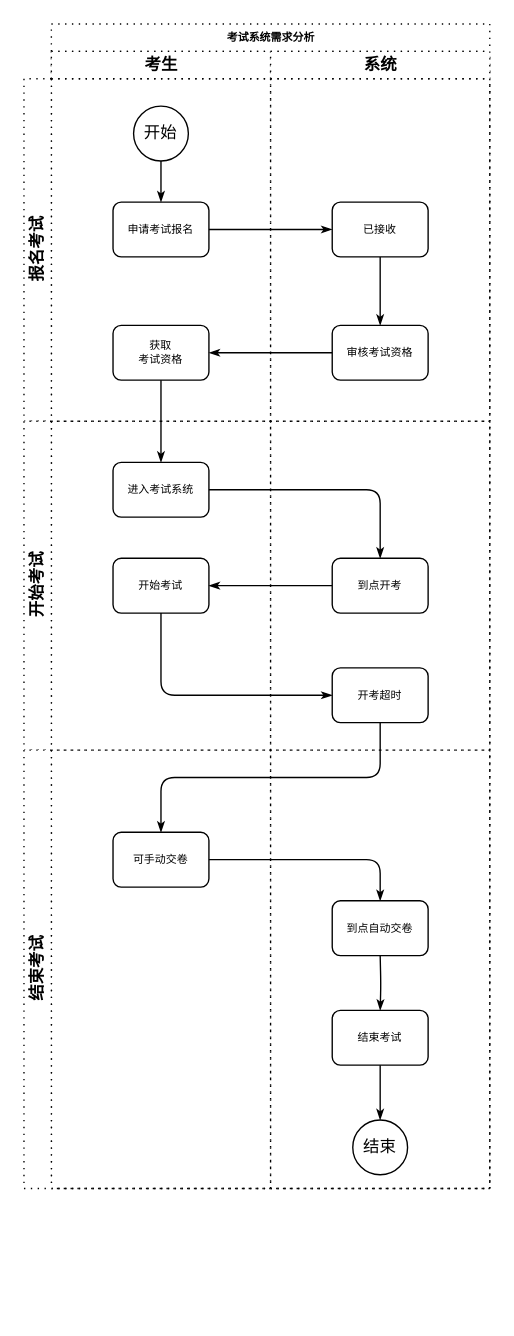
This is page "考试系统" (1 of 7) of BaHomework-ExamSys.drawio from Vaycent/MyDiagrams, a draw.io file, before an edit. Source tidied: cells renumbered, new cells numbered last; positions are measured from the earlier drawing's top-left corner, leaving out a move shared by most shapes. Both pictures are drawn from the tidied source at 137%, with x=0, y=0 at pixel (23, 23).
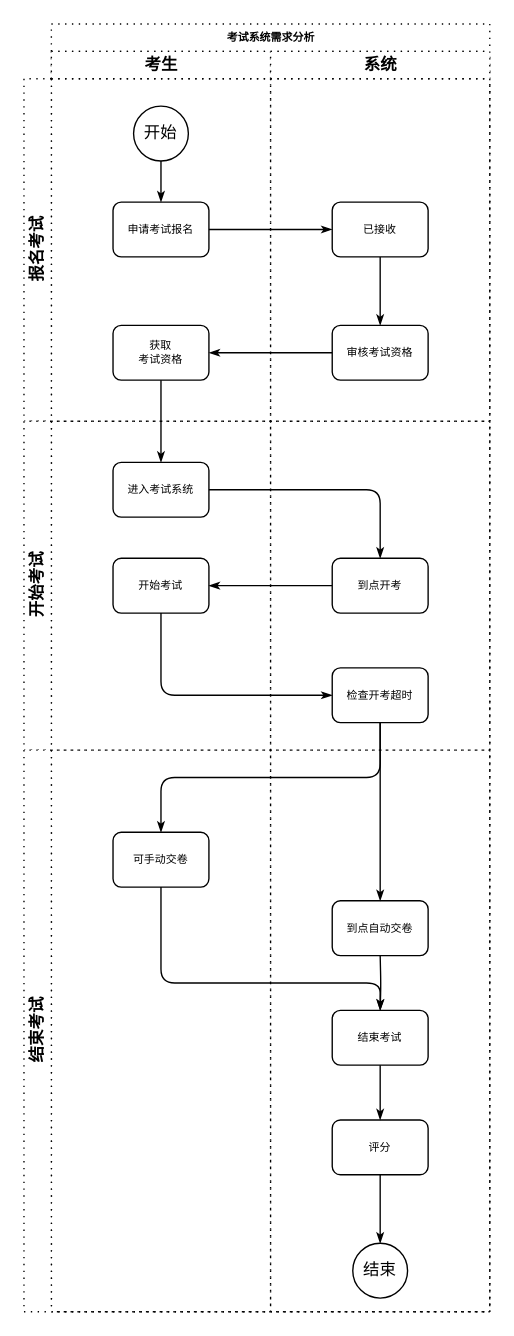
Above is the later version.

Unchanged cells that the change refers to:
```xml
<mxCell id="10" value="可手动交卷" style="rounded=1;whiteSpace=wrap;html=1;shadow=0;labelBackgroundColor=none;strokeWidth=1;fontFamily=Verdana;fontSize=8;align=center;" parent="3" vertex="1">
  <mxGeometry x="45" y="570" width="70" height="40" as="geometry" />
</mxCell>
<mxCell id="27" value="结束考试" style="rounded=1;whiteSpace=wrap;html=1;shadow=0;labelBackgroundColor=none;strokeWidth=1;fontFamily=Verdana;fontSize=8;align=center;" parent="23" vertex="1">
  <mxGeometry x="45" y="700" width="70" height="40" as="geometry" />
</mxCell>
<mxCell id="33" value="到点自动交卷" style="rounded=1;whiteSpace=wrap;html=1;shadow=0;labelBackgroundColor=none;strokeWidth=1;fontFamily=Verdana;fontSize=8;align=center;" parent="23" vertex="1">
  <mxGeometry x="45" y="620" width="70" height="40" as="geometry" />
</mxCell>
```

Diff of the diagram source:
```diff
@@
     <mxCell id="2" value="考试系统需求分析" style="swimlane;html=1;startSize=20;rounded=0;shadow=0;labelBackgroundColor=none;strokeWidth=1;fontFamily=Verdana;fontSize=8;align=center;dashed=1;dashPattern=1 4;" parent="1" vertex="1">
-      <mxGeometry x="20" width="320" height="850" as="geometry" />
+      <mxGeometry x="20" width="320" height="940" as="geometry" />
     </mxCell>
     <mxCell id="3" value="考生" style="swimlane;html=1;startSize=20;dashed=1;dashPattern=1 4;" parent="2" vertex="1">
-      <mxGeometry y="20" width="160" height="830" as="geometry" />
+      <mxGeometry y="20" width="160" height="920" as="geometry" />
     </mxCell>
@@
-    <mxCell id="22" style="edgeStyle=orthogonalEdgeStyle;rounded=1;html=1;labelBackgroundColor=none;startArrow=none;startFill=0;startSize=5;endArrow=classicThin;endFill=1;endSize=5;jettySize=auto;strokeWidth=1;fontFamily=Verdana;fontSize=8;exitX=1;exitY=0.5;exitDx=0;exitDy=0;entryX=0.5;entryY=0;entryDx=0;entryDy=0;" parent="2" edge="1" source="10" target="33">
-      <mxGeometry relative="1" as="geometry" />
-    </mxCell>
     <mxCell id="23" value="系统" style="swimlane;html=1;startSize=20;dashed=1;dashPattern=1 4;" parent="2" vertex="1">
-      <mxGeometry x="160" y="20" width="160" height="830" as="geometry" />
+      <mxGeometry x="160" y="20" width="160" height="920" as="geometry" />
     </mxCell>
@@
     <mxCell id="28" value="结束" style="ellipse;whiteSpace=wrap;html=1;" parent="23" vertex="1">
-      <mxGeometry x="60" y="780" width="40" height="40" as="geometry" />
+      <mxGeometry x="60" y="870" width="40" height="40" as="geometry" />
     </mxCell>
@@
-    <mxCell id="31" style="edgeStyle=orthogonalEdgeStyle;rounded=1;html=1;labelBackgroundColor=none;startArrow=none;startFill=0;startSize=5;endArrow=classicThin;endFill=1;endSize=5;jettySize=auto;strokeWidth=1;fontFamily=Verdana;fontSize=8;entryX=0.5;entryY=0;entryDx=0;entryDy=0;exitX=0.5;exitY=1;exitDx=0;exitDy=0;" parent="23" edge="1" source="27" target="28">
+    <mxCell id="31" style="edgeStyle=orthogonalEdgeStyle;rounded=1;html=1;labelBackgroundColor=none;startArrow=none;startFill=0;startSize=5;endArrow=classicThin;endFill=1;endSize=5;jettySize=auto;strokeWidth=1;fontFamily=Verdana;fontSize=8;entryX=0.5;entryY=0;entryDx=0;entryDy=0;exitX=0.5;exitY=1;exitDx=0;exitDy=0;" parent="23" edge="1" source="38" target="28">
       <mxGeometry relative="1" as="geometry" />
     </mxCell>
-    <mxCell id="32" value="开考超时" style="rounded=1;whiteSpace=wrap;html=1;shadow=0;labelBackgroundColor=none;strokeWidth=1;fontFamily=Verdana;fontSize=8;align=center;" parent="23" vertex="1">
+    <mxCell id="32" value="检查开考超时" style="rounded=1;whiteSpace=wrap;html=1;shadow=0;labelBackgroundColor=none;strokeWidth=1;fontFamily=Verdana;fontSize=8;align=center;" parent="23" vertex="1">
       <mxGeometry x="45" y="450" width="70" height="40" as="geometry" />
     </mxCell>
@@
+    <mxCell id="37" style="edgeStyle=orthogonalEdgeStyle;rounded=1;html=1;labelBackgroundColor=none;startArrow=none;startFill=0;startSize=5;endArrow=classicThin;endFill=1;endSize=5;jettySize=auto;strokeWidth=1;fontFamily=Verdana;fontSize=8;entryX=0.5;entryY=0;entryDx=0;entryDy=0;exitX=0.5;exitY=1;exitDx=0;exitDy=0;" parent="23" edge="1" source="32" target="33">
+      <mxGeometry relative="1" as="geometry" />
+    </mxCell>
+    <mxCell id="38" value="评分" style="rounded=1;whiteSpace=wrap;html=1;shadow=0;labelBackgroundColor=none;strokeWidth=1;fontFamily=Verdana;fontSize=8;align=center;" parent="23" vertex="1">
+      <mxGeometry x="45" y="780" width="70" height="40" as="geometry" />
+    </mxCell>
+    <mxCell id="39" style="edgeStyle=orthogonalEdgeStyle;rounded=1;html=1;labelBackgroundColor=none;startArrow=none;startFill=0;startSize=5;endArrow=classicThin;endFill=1;endSize=5;jettySize=auto;strokeWidth=1;fontFamily=Verdana;fontSize=8;entryX=0.5;entryY=0;entryDx=0;entryDy=0;exitX=0.5;exitY=1;exitDx=0;exitDy=0;" parent="23" edge="1" source="27" target="38">
+      <mxGeometry relative="1" as="geometry" />
+    </mxCell>
+    <mxCell id="40" style="edgeStyle=orthogonalEdgeStyle;rounded=1;html=1;labelBackgroundColor=none;startArrow=none;startFill=0;startSize=5;endArrow=classicThin;endFill=1;endSize=5;jettySize=auto;strokeWidth=1;fontFamily=Verdana;fontSize=8;entryX=0.5;entryY=0;entryDx=0;entryDy=0;exitX=0.5;exitY=1;exitDx=0;exitDy=0;" parent="2" edge="1" source="10" target="27">
+      <mxGeometry relative="1" as="geometry">
+        <Array as="points">
+          <mxPoint x="80" y="700" />
+          <mxPoint x="240" y="700" />
+        </Array>
+      </mxGeometry>
+    </mxCell>
@@
     <mxCell id="36" value="结束考试" style="swimlane;html=1;startSize=20;horizontal=0;dashed=1;dashPattern=1 4;" parent="1" vertex="1">
-      <mxGeometry y="530" width="340" height="320" as="geometry" />
+      <mxGeometry y="530" width="340" height="410" as="geometry" />
     </mxCell>
```
